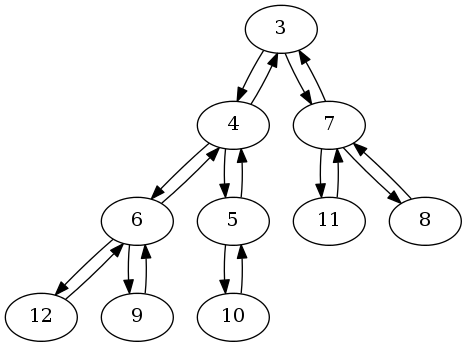
Earlier version of the Graphviz export project1/graph.png (madsravn/datastructures). Its source is kept beside it as project1/graph.dot.
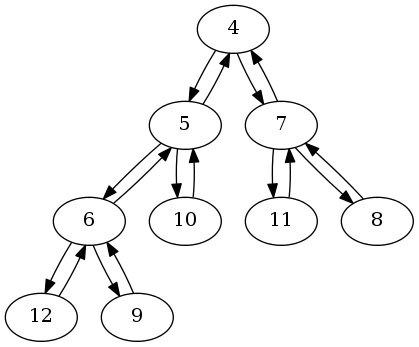
After the change.

What changed in the source:
```diff
@@ -1,22 +1,20 @@
 digraph G {
 
-3 -> 4
-4 -> 6
+4 -> 5
+5 -> 6
 6 -> 12
 12 -> 6
 6 -> 9
 9 -> 6
-6 -> 4
-4 -> 5
+6 -> 5
 5 -> 10
 10 -> 5
 5 -> 4
-4 -> 3
-3 -> 7
+4 -> 7
 7 -> 11
 11 -> 7
 7 -> 8
 8 -> 7
-7 -> 3
+7 -> 4
 
 }
```
